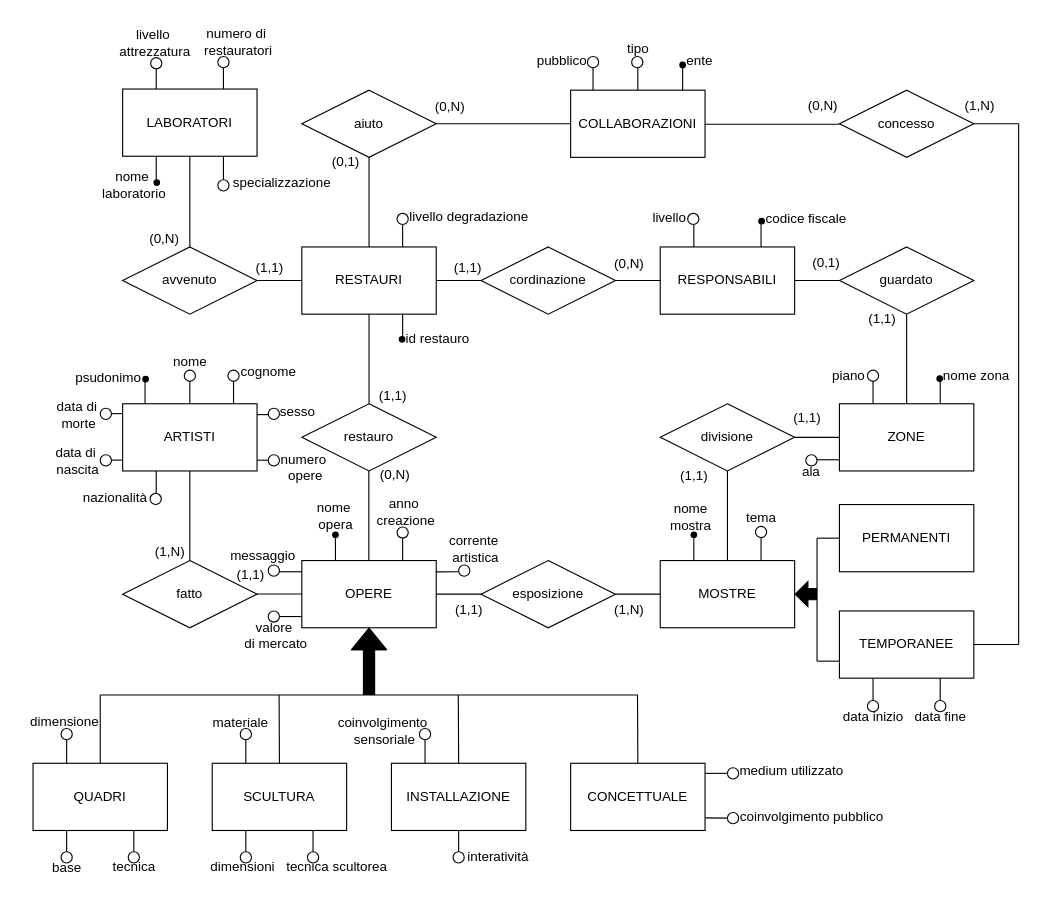
Above: doc/Museo.drawio in ColdBerri/Database-Unipd-2025 (draw.io), before the change. Source tidied: cells renumbered, new cells numbered last; positions are measured from the earlier drawing's top-left corner, leaving out a move shared by most shapes. Both pictures are drawn from the tidied source at 112%, with x=0, y=0 at pixel (19, 19).
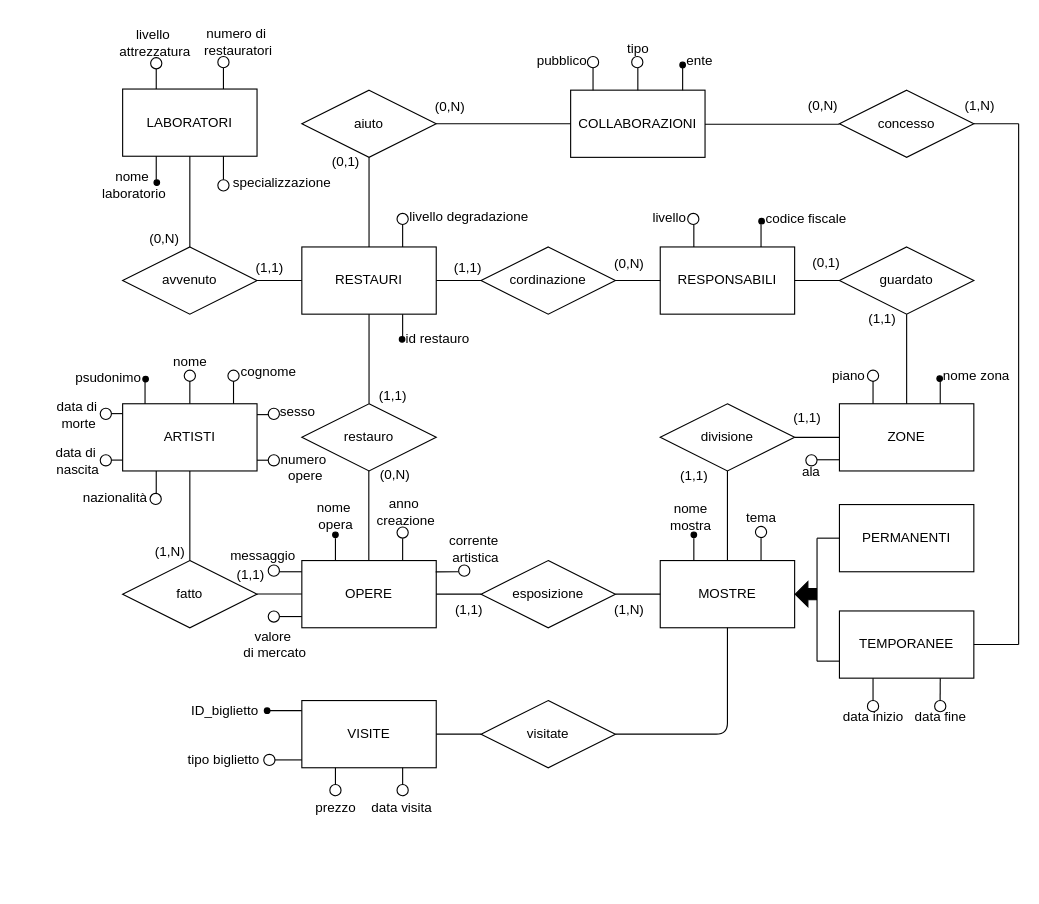
The same page after the edit.

Unchanged cells that the change refers to:
```xml
<mxCell id="2" value="OPERE" style="rounded=0;whiteSpace=wrap;html=1;" parent="1" vertex="1">
  <mxGeometry x="252" y="483" width="120" height="60" as="geometry" />
</mxCell>
<mxCell id="19" value="MOSTRE" style="rounded=0;whiteSpace=wrap;html=1;" parent="1" vertex="1">
  <mxGeometry x="572" y="483" width="120" height="60" as="geometry" />
</mxCell>
```

Diff of the diagram source:
```diff
@@
-    <mxCell id="5" value="QUADRI" style="rounded=0;whiteSpace=wrap;html=1;" parent="1" vertex="1">
-      <mxGeometry x="12" y="664" width="120" height="60" as="geometry" />
-    </mxCell>
-    <mxCell id="6" value="SCULTURA" style="rounded=0;whiteSpace=wrap;html=1;" parent="1" vertex="1">
-      <mxGeometry x="172" y="664" width="120" height="60" as="geometry" />
-    </mxCell>
-    <mxCell id="7" value="INSTALLAZIONE" style="rounded=0;whiteSpace=wrap;html=1;" parent="1" vertex="1">
-      <mxGeometry x="332" y="664" width="120" height="60" as="geometry" />
-    </mxCell>
-    <mxCell id="8" value="CONCETTUALE" style="rounded=0;whiteSpace=wrap;html=1;" parent="1" vertex="1">
-      <mxGeometry x="492" y="664" width="120" height="60" as="geometry" />
-    </mxCell>
-    <mxCell id="9" style="shape=flexArrow;endArrow=classic;html=1;rounded=0;fillColor=#000000;entryX=0.5;entryY=1;entryDx=0;entryDy=0;" parent="1" edge="1" target="2">
-      <mxGeometry relative="1" as="geometry">
-        <mxPoint x="312" y="603" as="sourcePoint" />
-        <Array as="points">
-          <mxPoint x="312" y="593" />
-          <mxPoint x="312" y="563" />
-        </Array>
-      </mxGeometry>
-    </mxCell>
@@
     <mxCell id="47" value="valore&lt;div&gt;&amp;nbsp;di mercato&lt;/div&gt;" style="text;html=1;align=center;verticalAlign=middle;strokeColor=none;fillColor=none;" parent="1" vertex="1">
-      <mxGeometry x="187" y="530" width="80" height="40" as="geometry" />
+      <mxGeometry x="186" y="538" width="80" height="40" as="geometry" />
     </mxCell>
@@
-    <mxCell id="61" style="endArrow=none;html=1;rounded=0;exitX=0.5;exitY=0;exitDx=0;exitDy=0;" parent="1" edge="1" source="5">
-      <mxGeometry relative="1" as="geometry">
-        <mxPoint x="72" y="603" as="targetPoint" />
-      </mxGeometry>
-    </mxCell>
-    <mxCell id="62" style="endArrow=none;html=1;rounded=0;exitX=0.5;exitY=0;exitDx=0;exitDy=0;" parent="1" edge="1" source="6">
-      <mxGeometry relative="1" as="geometry">
-        <mxPoint x="231.7" y="603" as="targetPoint" />
-      </mxGeometry>
-    </mxCell>
-    <mxCell id="63" style="endArrow=none;html=1;rounded=0;exitX=0.5;exitY=0;exitDx=0;exitDy=0;" parent="1" edge="1" source="7">
-      <mxGeometry relative="1" as="geometry">
-        <mxPoint x="391.7" y="603" as="targetPoint" />
-      </mxGeometry>
-    </mxCell>
-    <mxCell id="64" style="endArrow=none;html=1;rounded=0;exitX=0.5;exitY=0;exitDx=0;exitDy=0;" parent="1" edge="1" source="8">
-      <mxGeometry relative="1" as="geometry">
-        <mxPoint x="551.7" y="603" as="targetPoint" />
-      </mxGeometry>
-    </mxCell>
-    <mxCell id="65" style="endArrow=none;html=1;rounded=0;" parent="1" edge="1">
-      <mxGeometry relative="1" as="geometry">
-        <mxPoint x="72" y="603" as="sourcePoint" />
-        <mxPoint x="552" y="603" as="targetPoint" />
-      </mxGeometry>
-    </mxCell>
@@
-    <mxCell id="86" value="base" style="text;html=1;align=center;verticalAlign=middle;strokeColor=none;fillColor=none;" parent="1" vertex="1">
-      <mxGeometry x="17" y="743" width="50" height="30" as="geometry" />
-    </mxCell>
-    <mxCell id="87" value="dimensione" style="text;html=1;align=center;verticalAlign=middle;strokeColor=none;fillColor=none;" parent="1" vertex="1">
-      <mxGeometry y="612" width="80" height="30" as="geometry" />
-    </mxCell>
-    <mxCell id="88" value="tecnica" style="text;html=1;align=center;verticalAlign=middle;strokeColor=none;fillColor=none;" parent="1" vertex="1">
-      <mxGeometry x="72" y="742" width="60" height="30" as="geometry" />
-    </mxCell>
-    <mxCell id="89" value="dimensioni" style="text;html=1;align=center;verticalAlign=middle;strokeColor=none;fillColor=none;" parent="1" vertex="1">
-      <mxGeometry x="159" y="742" width="80" height="30" as="geometry" />
-    </mxCell>
-    <mxCell id="90" value="materiale" style="text;html=1;align=center;verticalAlign=middle;strokeColor=none;fillColor=none;" parent="1" vertex="1">
-      <mxGeometry x="162" y="613" width="70" height="30" as="geometry" />
-    </mxCell>
-    <mxCell id="91" value="tecnica scultorea" style="text;html=1;align=center;verticalAlign=middle;strokeColor=none;fillColor=none;" parent="1" vertex="1">
-      <mxGeometry x="228" y="742" width="110" height="30" as="geometry" />
-    </mxCell>
-    <mxCell id="92" value="coinvolgimento&lt;div&gt;&amp;nbsp;sensoriale&lt;/div&gt;" style="text;html=1;align=center;verticalAlign=middle;strokeColor=none;fillColor=none;" parent="1" vertex="1">
-      <mxGeometry x="274" y="615" width="100" height="40" as="geometry" />
-    </mxCell>
-    <mxCell id="93" value="interatività" style="text;html=1;align=center;verticalAlign=middle;strokeColor=none;fillColor=none;" parent="1" vertex="1">
-      <mxGeometry x="387" y="733" width="80" height="30" as="geometry" />
-    </mxCell>
-    <mxCell id="94" value="medium utilizzato" style="text;html=1;align=center;verticalAlign=middle;strokeColor=none;fillColor=none;" parent="1" vertex="1">
-      <mxGeometry x="629" y="656" width="120" height="30" as="geometry" />
-    </mxCell>
-    <mxCell id="95" value="coinvolgimento pubblico" style="text;html=1;align=center;verticalAlign=middle;strokeColor=none;fillColor=none;" parent="1" vertex="1">
-      <mxGeometry x="632" y="697" width="150" height="30" as="geometry" />
-    </mxCell>
-    <mxCell id="96" style="ellipse;whiteSpace=wrap;html=1;" parent="1" vertex="1">
-      <mxGeometry x="632" y="708" width="10" height="10" as="geometry" />
-    </mxCell>
-    <mxCell id="97" style="ellipse;whiteSpace=wrap;html=1;" parent="1" vertex="1">
-      <mxGeometry x="632" y="668" width="10" height="10" as="geometry" />
-    </mxCell>
-    <mxCell id="98" style="endArrow=none;html=1;rounded=0;entryX=0;entryY=0.5;entryDx=0;entryDy=0;" parent="1" edge="1" target="97">
-      <mxGeometry relative="1" as="geometry">
-        <mxPoint x="612" y="673" as="sourcePoint" />
-      </mxGeometry>
-    </mxCell>
-    <mxCell id="99" style="endArrow=none;html=1;rounded=0;exitX=1.003;exitY=0.813;exitDx=0;exitDy=0;exitPerimeter=0;entryX=0;entryY=0.5;entryDx=0;entryDy=0;" parent="1" edge="1" source="8" target="96">
-      <mxGeometry relative="1" as="geometry" />
-    </mxCell>
-    <mxCell id="100" style="ellipse;whiteSpace=wrap;html=1;" parent="1" vertex="1">
-      <mxGeometry x="357" y="633" width="10" height="10" as="geometry" />
-    </mxCell>
-    <mxCell id="101" style="ellipse;whiteSpace=wrap;html=1;" parent="1" vertex="1">
-      <mxGeometry x="387" y="743" width="10" height="10" as="geometry" />
-    </mxCell>
-    <mxCell id="102" style="endArrow=none;html=1;rounded=0;entryX=0.5;entryY=1;entryDx=0;entryDy=0;exitX=0.25;exitY=0;exitDx=0;exitDy=0;" parent="1" edge="1" source="7" target="100">
-      <mxGeometry relative="1" as="geometry" />
-    </mxCell>
-    <mxCell id="103" style="endArrow=none;html=1;rounded=0;entryX=0.5;entryY=1;entryDx=0;entryDy=0;exitX=0.5;exitY=0;exitDx=0;exitDy=0;" parent="1" edge="1" source="101" target="7">
-      <mxGeometry relative="1" as="geometry" />
-    </mxCell>
-    <mxCell id="104" style="ellipse;whiteSpace=wrap;html=1;" parent="1" vertex="1">
-      <mxGeometry x="257" y="743" width="10" height="10" as="geometry" />
-    </mxCell>
-    <mxCell id="105" style="ellipse;whiteSpace=wrap;html=1;" parent="1" vertex="1">
-      <mxGeometry x="197" y="743" width="10" height="10" as="geometry" />
-    </mxCell>
-    <mxCell id="106" style="ellipse;whiteSpace=wrap;html=1;" parent="1" vertex="1">
-      <mxGeometry x="197" y="633" width="10" height="10" as="geometry" />
-    </mxCell>
-    <mxCell id="107" style="endArrow=none;html=1;rounded=0;entryX=0.25;entryY=0;entryDx=0;entryDy=0;exitX=0.5;exitY=1;exitDx=0;exitDy=0;" parent="1" edge="1" source="106" target="6">
-      <mxGeometry relative="1" as="geometry" />
-    </mxCell>
-    <mxCell id="108" style="endArrow=none;html=1;rounded=0;entryX=0.25;entryY=1;entryDx=0;entryDy=0;" parent="1" edge="1" target="6">
-      <mxGeometry relative="1" as="geometry">
-        <mxPoint x="202" y="743" as="sourcePoint" />
-      </mxGeometry>
-    </mxCell>
-    <mxCell id="109" style="endArrow=none;html=1;rounded=0;entryX=0.75;entryY=1;entryDx=0;entryDy=0;" parent="1" edge="1" target="6">
-      <mxGeometry relative="1" as="geometry">
-        <mxPoint x="262" y="743" as="sourcePoint" />
-      </mxGeometry>
-    </mxCell>
-    <mxCell id="110" style="endArrow=none;html=1;rounded=0;entryX=0.25;entryY=1;entryDx=0;entryDy=0;" parent="1" edge="1" target="5">
-      <mxGeometry relative="1" as="geometry">
-        <mxPoint x="42" y="743" as="sourcePoint" />
-      </mxGeometry>
-    </mxCell>
-    <mxCell id="111" style="endArrow=none;html=1;rounded=0;entryX=0.75;entryY=1;entryDx=0;entryDy=0;" parent="1" edge="1" target="5">
-      <mxGeometry relative="1" as="geometry">
-        <mxPoint x="102" y="743" as="sourcePoint" />
-      </mxGeometry>
-    </mxCell>
-    <mxCell id="112" style="endArrow=none;html=1;rounded=0;exitX=0.25;exitY=0;exitDx=0;exitDy=0;" parent="1" edge="1" source="5">
-      <mxGeometry relative="1" as="geometry">
-        <mxPoint x="42" y="643" as="targetPoint" />
-      </mxGeometry>
-    </mxCell>
-    <mxCell id="113" style="ellipse;whiteSpace=wrap;html=1;" parent="1" vertex="1">
-      <mxGeometry x="97" y="743" width="10" height="10" as="geometry" />
-    </mxCell>
-    <mxCell id="114" style="ellipse;whiteSpace=wrap;html=1;" parent="1" vertex="1">
-      <mxGeometry x="37" y="743" width="10" height="10" as="geometry" />
-    </mxCell>
-    <mxCell id="115" style="ellipse;whiteSpace=wrap;html=1;" parent="1" vertex="1">
-      <mxGeometry x="37" y="633" width="10" height="10" as="geometry" />
-    </mxCell>
@@
+    <mxCell id="196" style="endArrow=none;html=1;exitX=0.5;exitY=1;exitDx=0;exitDy=0;entryX=1;entryY=0.5;entryDx=0;entryDy=0;" parent="1" edge="1" source="19" target="197">
+      <mxGeometry relative="1" as="geometry">
+        <Array as="points">
+          <mxPoint x="632" y="638" />
+        </Array>
+      </mxGeometry>
+    </mxCell>
+    <mxCell id="197" value="visitate" style="shape=rhombus;perimeter=rhombusPerimeter;whiteSpace=wrap;html=1;align=center;" parent="1" vertex="1">
+      <mxGeometry x="412" y="608" width="120" height="60" as="geometry" />
+    </mxCell>
+    <mxCell id="198" value="VISITE" style="rounded=0;whiteSpace=wrap;html=1;" parent="1" vertex="1">
+      <mxGeometry x="252" y="608" width="120" height="60" as="geometry" />
+    </mxCell>
+    <mxCell id="199" style="endArrow=none;html=1;entryX=0;entryY=0.5;entryDx=0;entryDy=0;exitX=1;exitY=0.5;exitDx=0;exitDy=0;" parent="1" edge="1" source="198" target="197">
+      <mxGeometry relative="1" as="geometry" />
+    </mxCell>
+    <mxCell id="200" style="endArrow=none;html=1;entryX=0;entryY=0;entryDx=0;entryDy=0;startArrow=none;" parent="1" edge="1" source="202">
+      <mxGeometry relative="1" as="geometry">
+        <mxPoint x="252" y="617" as="targetPoint" />
+      </mxGeometry>
+    </mxCell>
+    <mxCell id="201" style="endArrow=none;html=1;entryDx=0;entryDy=0;" parent="1" edge="1" target="202">
+      <mxGeometry relative="1" as="geometry">
+        <mxPoint x="222" y="617" as="sourcePoint" />
+      </mxGeometry>
+    </mxCell>
+    <mxCell id="202" style="shape=waypoint;sketch=0;fillStyle=solid;size=6;points=[];fillColor=none;perimeter=centerPerimeter;snapToPoint=1;" parent="1" vertex="1">
+      <mxGeometry x="211" y="607" width="20" height="20" as="geometry" />
+    </mxCell>
+    <mxCell id="203" value="ID_biglietto" style="text;html=1;align=center;verticalAlign=middle;strokeColor=none;fillColor=none;" parent="1" vertex="1">
+      <mxGeometry x="143" y="602" width="80" height="30" as="geometry" />
+    </mxCell>
+    <mxCell id="204" style="endArrow=none;html=1;entryX=0;entryY=1;entryDx=0;entryDy=0;startArrow=none;" parent="1" edge="1" source="205">
+      <mxGeometry relative="1" as="geometry">
+        <mxPoint x="252" y="661" as="targetPoint" />
+      </mxGeometry>
+    </mxCell>
+    <mxCell id="205" style="ellipse;whiteSpace=wrap;html=1;" parent="1" vertex="1">
+      <mxGeometry x="218" y="656" width="10" height="10" as="geometry" />
+    </mxCell>
+    <mxCell id="206" value="tipo biglietto" style="text;html=1;align=center;verticalAlign=middle;strokeColor=none;fillColor=none;" parent="1" vertex="1">
+      <mxGeometry x="137" y="646" width="90" height="30" as="geometry" />
+    </mxCell>
+    <mxCell id="207" style="endArrow=none;html=1;entryX=0.25;entryY=1;entryDx=0;entryDy=0;startArrow=none;" parent="1" edge="1" source="209" target="198">
+      <mxGeometry relative="1" as="geometry" />
+    </mxCell>
+    <mxCell id="208" style="endArrow=none;html=1;entryX=0.25;entryY=1;entryDx=0;entryDy=0;" parent="1" edge="1" target="209">
+      <mxGeometry relative="1" as="geometry">
+        <mxPoint x="282" y="693" as="sourcePoint" />
+      </mxGeometry>
+    </mxCell>
+    <mxCell id="209" style="ellipse;whiteSpace=wrap;html=1;" parent="1" vertex="1">
+      <mxGeometry x="277" y="683" width="10" height="10" as="geometry" />
+    </mxCell>
+    <mxCell id="210" value="prezzo" style="text;html=1;align=center;verticalAlign=middle;strokeColor=none;fillColor=none;" parent="1" vertex="1">
+      <mxGeometry x="252" y="689" width="60" height="30" as="geometry" />
+    </mxCell>
+    <mxCell id="211" style="endArrow=none;html=1;entryX=0.75;entryY=1;entryDx=0;entryDy=0;startArrow=none;" parent="1" edge="1" source="213" target="198">
+      <mxGeometry relative="1" as="geometry" />
+    </mxCell>
+    <mxCell id="212" style="endArrow=none;html=1;entryX=0.75;entryY=1;entryDx=0;entryDy=0;" parent="1" edge="1" target="213">
+      <mxGeometry relative="1" as="geometry">
+        <mxPoint x="342" y="693" as="sourcePoint" />
+      </mxGeometry>
+    </mxCell>
+    <mxCell id="213" style="ellipse;whiteSpace=wrap;html=1;" parent="1" vertex="1">
+      <mxGeometry x="337" y="683" width="10" height="10" as="geometry" />
+    </mxCell>
+    <mxCell id="214" value="data visita" style="text;html=1;align=center;verticalAlign=middle;strokeColor=none;fillColor=none;" parent="1" vertex="1">
+      <mxGeometry x="301" y="689" width="80" height="30" as="geometry" />
+    </mxCell>
```
